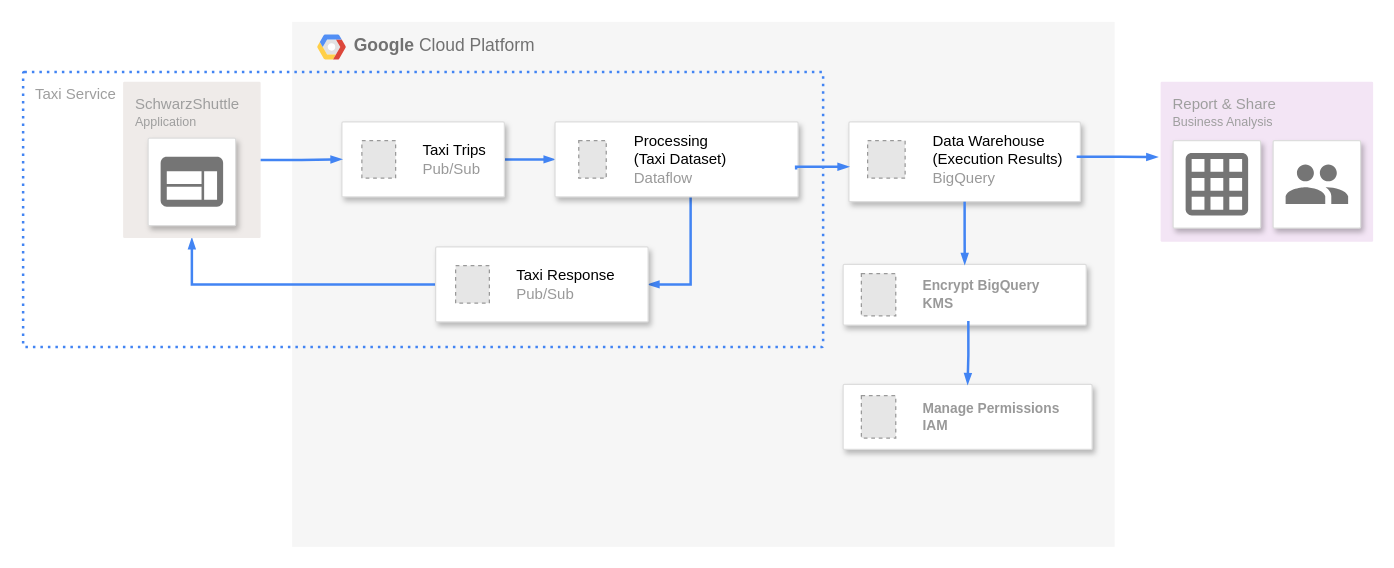
Above: page "HIGH LEVEL" (1 of 3) of GCP Architecture.drawio in schwarzshuttle-project/taxi-gcp-architecture (draw.io), before the change. Source tidied: cells renumbered, new cells numbered last; positions are measured from the earlier drawing's top-left corner, leaving out a move shared by most shapes. Both pictures are drawn from the tidied source at 125%, with x=0, y=0 at pixel (22, 21). Pictures stored in the file or linked from it are replaced by grey dashed boxes.
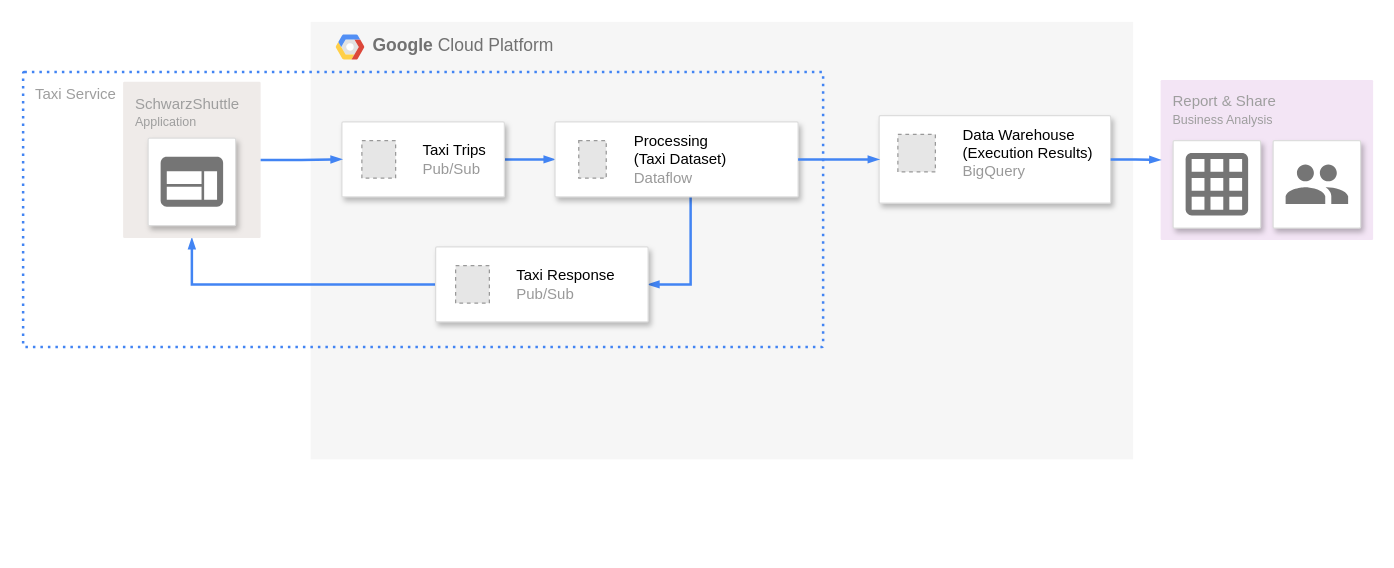
After the change.

Unchanged cells that the change refers to:
```xml
<mxCell id="26" style="strokeColor=#dddddd;shadow=1;strokeWidth=1;rounded=1;absoluteArcSize=1;arcSize=2;" parent="1" vertex="1">
  <mxGeometry x="425.5" y="80" width="194.5" height="60" as="geometry" />
</mxCell>
```

Diff of the diagram source:
```diff
@@
     <mxCell id="2" value="&lt;b&gt;Google &lt;/b&gt;Cloud Platform" style="fillColor=#F6F6F6;strokeColor=none;shadow=0;gradientColor=none;fontSize=14;align=left;spacing=10;fontColor=#717171;9E9E9E;verticalAlign=top;spacingTop=-4;fontStyle=0;spacingLeft=40;html=1;" parent="1" vertex="1">
-      <mxGeometry x="215.2" width="658" height="420" as="geometry" />
+      <mxGeometry x="230" width="658" height="350" as="geometry" />
     </mxCell>
@@
     <mxCell id="4" style="strokeColor=#dddddd;shadow=1;strokeWidth=1;rounded=1;absoluteArcSize=1;arcSize=2;" parent="2" vertex="1">
-      <mxGeometry x="445.4" y="80" width="185.2" height="63.8" as="geometry" />
+      <mxGeometry x="454.8" y="75" width="185.2" height="70" as="geometry" />
     </mxCell>
@@
-    <mxCell id="6" style="strokeColor=#dddddd;shadow=1;strokeWidth=1;rounded=1;absoluteArcSize=1;arcSize=2;" parent="2" vertex="1">
-      <mxGeometry x="440.8" y="290" width="199.2" height="52" as="geometry" />
-    </mxCell>
-    <mxCell id="7" style="strokeColor=#dddddd;shadow=1;strokeWidth=1;rounded=1;absoluteArcSize=1;arcSize=2;" parent="2" vertex="1">
-      <mxGeometry x="440.8" y="194" width="194.5" height="48.5" as="geometry" />
-    </mxCell>
-    <mxCell id="8" style="edgeStyle=orthogonalEdgeStyle;rounded=0;html=1;dashed=0;labelBackgroundColor=none;startArrow=none;startFill=0;startSize=4;endArrow=blockThin;endFill=1;endSize=4;strokeColor=#4284F3;strokeWidth=2;fontSize=12;exitX=0.5;exitY=1;exitDx=0;exitDy=0;" parent="2" edge="1" source="4" target="7">
-      <mxGeometry relative="1" as="geometry" />
-    </mxCell>
-    <mxCell id="9" value="&lt;font&gt;Manage Permissions&lt;/font&gt;&lt;div&gt;IAM&lt;/div&gt;" style="fillColor=#E6E6E6;strokeColor=#999999;dashed=1;html=1;verticalAlign=middle;labelPosition=right;verticalLabelPosition=middle;align=left;spacingTop=0;fontSize=11;fontStyle=1;fontColor=#999999;spacingLeft=20;" parent="2" vertex="1">
-      <mxGeometry x="455.4" y="299" width="27.5" height="33.9" as="geometry" />
-    </mxCell>
-    <mxCell id="10" value="Encrypt BigQuery&lt;div&gt;KMS&lt;/div&gt;" style="fillColor=#E6E6E6;strokeColor=#999999;dashed=1;html=1;verticalAlign=middle;labelPosition=right;verticalLabelPosition=middle;align=left;spacingTop=0;fontSize=11;fontStyle=1;fontColor=#999999;spacingLeft=20;" parent="2" vertex="1">
-      <mxGeometry x="455.4" y="201.3" width="27.5" height="33.9" as="geometry" />
-    </mxCell>
-    <mxCell id="11" style="edgeStyle=orthogonalEdgeStyle;rounded=0;html=1;dashed=0;labelBackgroundColor=none;startArrow=none;startFill=0;startSize=4;endArrow=blockThin;endFill=1;endSize=4;strokeColor=#4284F3;strokeWidth=2;fontSize=12;exitX=0.515;exitY=0.934;exitDx=0;exitDy=0;entryX=0.5;entryY=0;entryDx=0;entryDy=0;exitPerimeter=0;" parent="2" edge="1" source="7" target="6">
-      <mxGeometry relative="1" as="geometry" />
-    </mxCell>
@@
     <mxCell id="19" value="Report &amp;amp; Share&lt;br&gt;&lt;font style=&quot;font-size: 10px&quot;&gt;Business Analysis&lt;/font&gt;&lt;br&gt;" style="rounded=1;absoluteArcSize=1;arcSize=2;html=1;strokeColor=none;gradientColor=none;shadow=0;dashed=0;fontSize=12;fontColor=#9E9E9E;align=left;verticalAlign=top;spacing=10;spacingTop=-4;fillColor=#F3E5F5;" parent="1" vertex="1">
-      <mxGeometry x="910" y="47.9" width="170" height="128" as="geometry" />
+      <mxGeometry x="910" y="46.4" width="170" height="128" as="geometry" />
     </mxCell>
@@
-    <mxCell id="31" style="edgeStyle=orthogonalEdgeStyle;rounded=0;html=1;dashed=0;labelBackgroundColor=none;startArrow=none;startFill=0;startSize=4;endArrow=blockThin;endFill=1;endSize=4;strokeColor=#4284F3;strokeWidth=2;fontSize=12;entryX=0;entryY=0.562;entryDx=0;entryDy=0;entryPerimeter=0;exitX=0.992;exitY=0.636;exitDx=0;exitDy=0;exitPerimeter=0;" parent="1" edge="1" source="26" target="4">
-      <mxGeometry relative="1" as="geometry">
-        <Array as="points">
-          <mxPoint x="618" y="116" />
-        </Array>
-      </mxGeometry>
+    <mxCell id="31" style="edgeStyle=orthogonalEdgeStyle;rounded=0;html=1;dashed=0;labelBackgroundColor=none;startArrow=none;startFill=0;startSize=4;endArrow=blockThin;endFill=1;endSize=4;strokeColor=#4284F3;strokeWidth=2;fontSize=12;exitX=1;exitY=0.5;exitDx=0;exitDy=0;entryX=0;entryY=0.5;entryDx=0;entryDy=0;" parent="1" edge="1" source="26" target="4">
+      <mxGeometry relative="1" as="geometry" />
     </mxCell>
-    <mxCell id="32" style="edgeStyle=orthogonalEdgeStyle;rounded=0;html=1;dashed=0;labelBackgroundColor=none;startArrow=none;startFill=0;startSize=4;endArrow=blockThin;endFill=1;endSize=4;strokeColor=#4284F3;strokeWidth=2;fontSize=12;exitX=0.984;exitY=0.437;exitDx=0;exitDy=0;entryX=-0.014;entryY=0.47;entryDx=0;entryDy=0;entryPerimeter=0;exitPerimeter=0;" parent="1" edge="1" source="4" target="19">
+    <mxCell id="32" style="edgeStyle=orthogonalEdgeStyle;rounded=0;html=1;dashed=0;labelBackgroundColor=none;startArrow=none;startFill=0;startSize=4;endArrow=blockThin;endFill=1;endSize=4;strokeColor=#4284F3;strokeWidth=2;fontSize=12;exitX=1;exitY=0.5;exitDx=0;exitDy=0;entryX=0;entryY=0.5;entryDx=0;entryDy=0;" parent="1" edge="1" source="4" target="19">
       <mxGeometry relative="1" as="geometry" />
     </mxCell>
```
